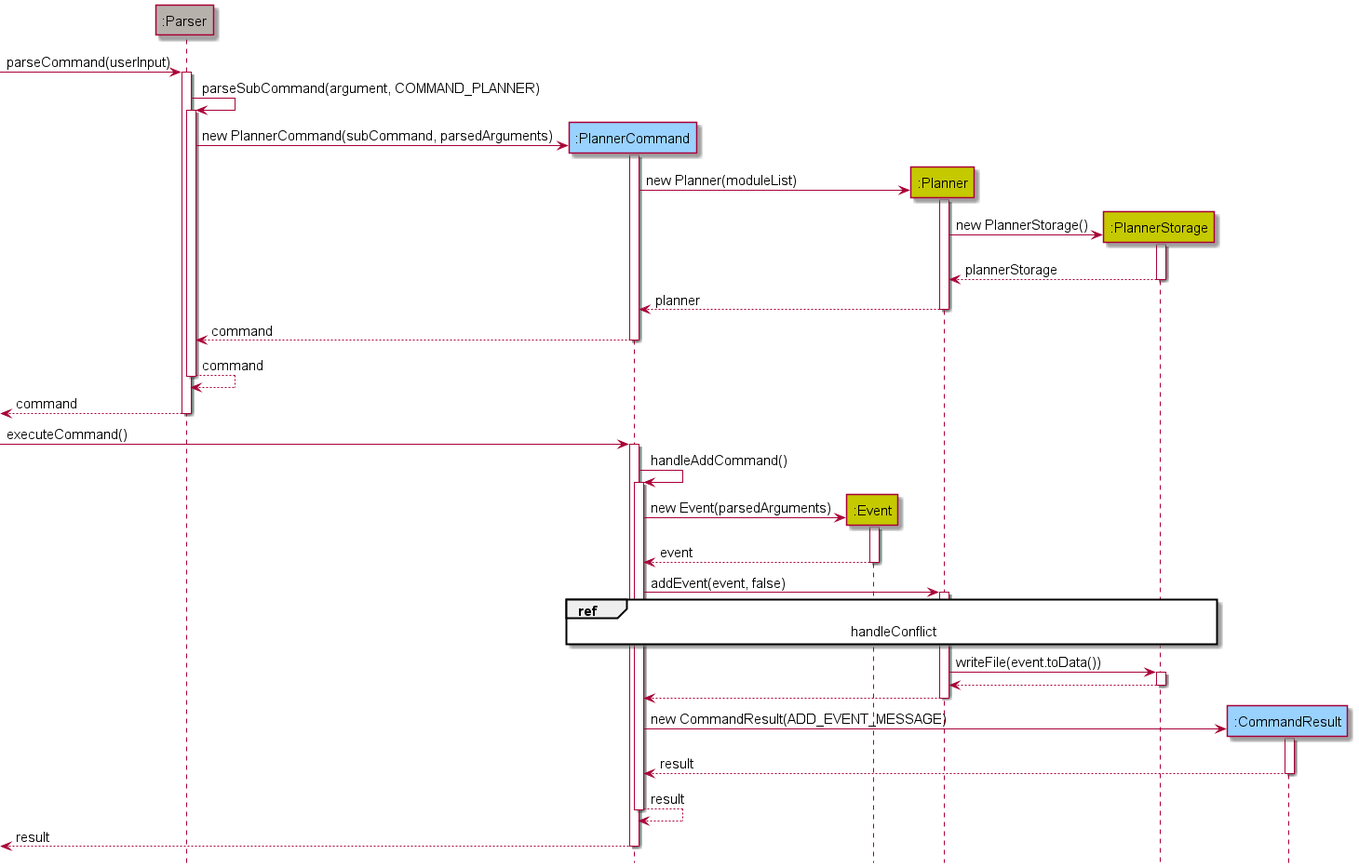
The PlantUML diagram docs/assets/images/PlannerAddSequenceDiagram1.png in shyamgj1900/tp, before a commit.
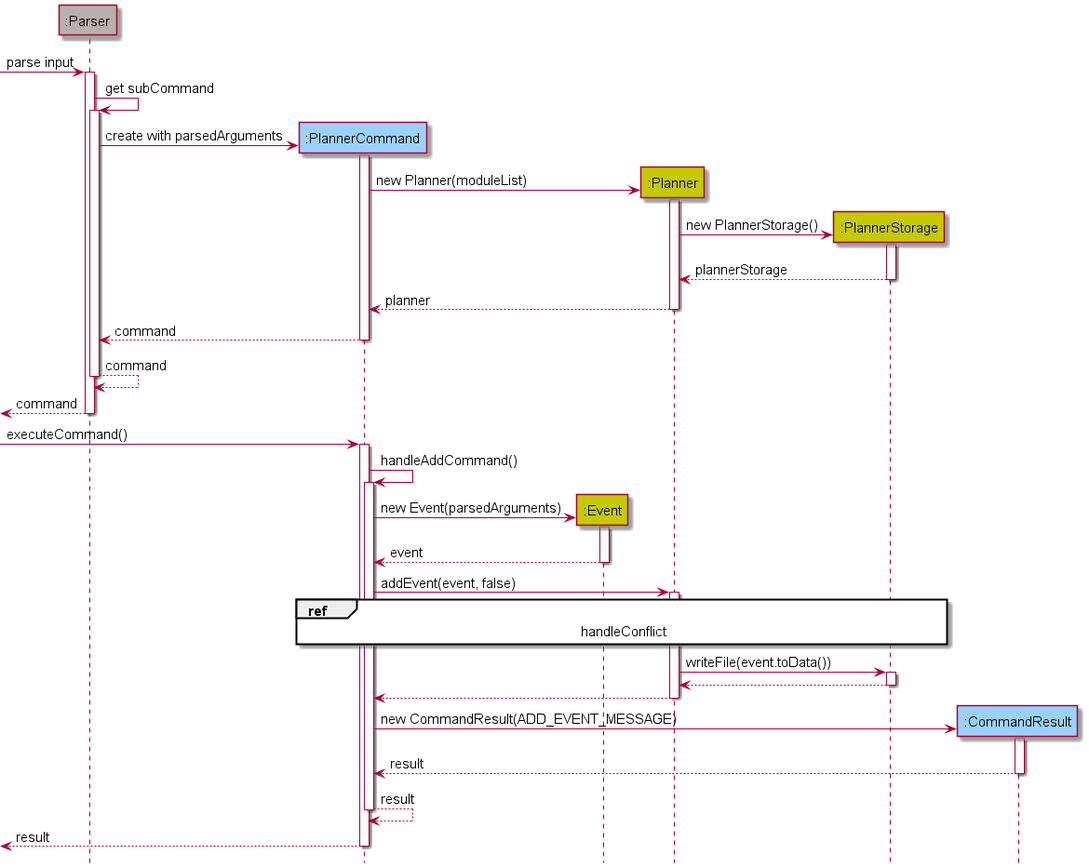
After the commit.

Commit message:
shorten unnecessary lines in planner diagram

Diff of the diagram source:
```diff
@@ -11,14 +11,14 @@
 participant ":PlannerStorage" as pls PLANNER_COLOR
 participant ":CommandResult" as res COMMANDS_COLOR
 
-[->parser : parseCommand(userInput)
+[->parser : parse input
 activate parser
 
-parser -> parser : parseSubCommand(argument, COMMAND_PLANNER)
+parser -> parser : get subCommand
 activate parser
 
 create plc
-parser -> plc : new PlannerCommand(subCommand, parsedArguments)
+parser -> plc : create with parsedArguments
 activate plc
 
 create planner
```
